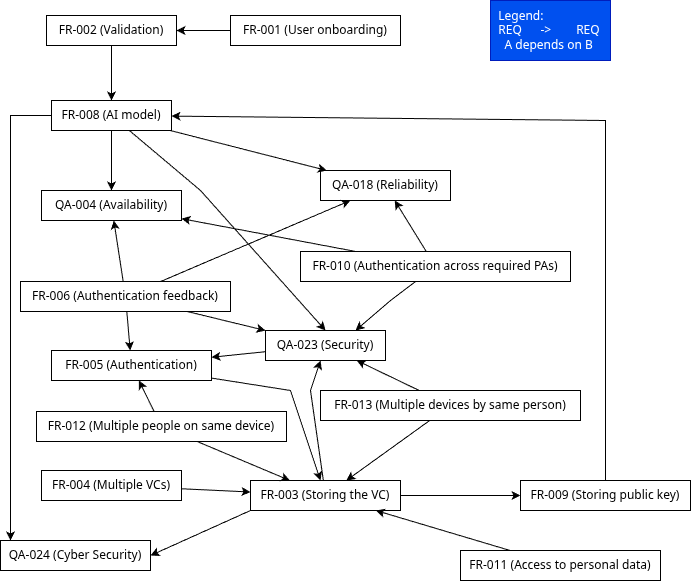
Dorfultariant/Architecture_Diagrams keeps this draw.io diagram as images/req_dependency_graph.drawio.png. Above is the earlier version. Source tidied: cells renumbered, new cells last; positions are measured from the earlier drawing's top-left corner, leaving out a move shared by most shapes. Its diagram source:
```xml
<mxGraphModel>
  <root>
    <mxCell id="0" />
    <mxCell id="1" parent="0" />
    <mxCell id="2" style="rounded=0;jettySize=auto;html=1;" parent="1" edge="1" source="3" target="5">
      <mxGeometry relative="1" as="geometry" />
    </mxCell>
    <mxCell id="3" value="FR-001 (User onboarding) " style="whiteSpace=wrap;html=1;" parent="1" vertex="1">
      <mxGeometry x="230" y="15" width="170" height="30" as="geometry" />
    </mxCell>
    <mxCell id="4" style="rounded=0;jettySize=auto;html=1;entryX=0.5;entryY=0;entryDx=0;entryDy=0;" parent="1" edge="1" source="5" target="26">
      <mxGeometry relative="1" as="geometry" />
    </mxCell>
    <mxCell id="5" value="FR-002 (Validation) " style="whiteSpace=wrap;html=1;" parent="1" vertex="1">
      <mxGeometry x="46" y="15" width="130" height="30" as="geometry" />
    </mxCell>
    <mxCell id="6" style="rounded=0;jettySize=auto;html=1;" parent="1" edge="1" source="7" target="26">
      <mxGeometry relative="1" as="geometry">
        <Array as="points">
          <mxPoint x="605" y="120" />
        </Array>
      </mxGeometry>
    </mxCell>
    <mxCell id="7" value=" FR-009 (Storing public key)" style="whiteSpace=wrap;html=1;" parent="1" vertex="1">
      <mxGeometry x="520" y="480" width="170" height="30" as="geometry" />
    </mxCell>
    <mxCell id="8" style="rounded=0;exitX=1;exitY=0.5;exitDx=0;exitDy=0;" parent="1" edge="1" source="13" target="7">
      <mxGeometry relative="1" as="geometry" />
    </mxCell>
    <mxCell id="9" value="QA-024 (Cyber Security)" style="whiteSpace=wrap;html=1;" parent="1" vertex="1">
      <mxGeometry y="540" width="150" height="30" as="geometry" />
    </mxCell>
    <mxCell id="10" value="FR-004 (Multiple VCs) " style="whiteSpace=wrap;html=1;" parent="1" vertex="1">
      <mxGeometry x="41" y="470" width="140" height="30" as="geometry" />
    </mxCell>
    <mxCell id="11" style="rounded=0;jettySize=auto;html=1;exitX=0;exitY=1;exitDx=0;exitDy=0;entryX=1;entryY=0.5;entryDx=0;entryDy=0;" parent="1" edge="1" source="13" target="9">
      <mxGeometry relative="1" as="geometry" />
    </mxCell>
    <mxCell id="12" style="rounded=0;jettySize=auto;html=1;" parent="1" edge="1" source="13" target="43">
      <mxGeometry relative="1" as="geometry">
        <Array as="points">
          <mxPoint x="310" y="390" />
        </Array>
      </mxGeometry>
    </mxCell>
    <mxCell id="13" value=" FR-003 (Storing the VC)" style="whiteSpace=wrap;html=1;" parent="1" vertex="1">
      <mxGeometry x="250" y="480" width="150" height="30" as="geometry" />
    </mxCell>
    <mxCell id="14" style="rounded=0;" parent="1" edge="1" source="10" target="13">
      <mxGeometry relative="1" as="geometry" />
    </mxCell>
    <mxCell id="15" style="rounded=0;jettySize=auto;html=1;entryX=0;entryY=0;entryDx=0;entryDy=0;" parent="1" edge="1" source="16" target="43">
      <mxGeometry relative="1" as="geometry" />
    </mxCell>
    <mxCell id="16" value="FR-006 (Authentication feedback) " style="whiteSpace=wrap;html=1;" parent="1" vertex="1">
      <mxGeometry x="20" y="281" width="210" height="30" as="geometry" />
    </mxCell>
    <mxCell id="17" style="rounded=0;jettySize=auto;html=1;" parent="1" edge="1" source="18" target="13">
      <mxGeometry relative="1" as="geometry">
        <Array as="points">
          <mxPoint x="290" y="390" />
        </Array>
      </mxGeometry>
    </mxCell>
    <mxCell id="18" value=" FR-005 (Authentication)" style="whiteSpace=wrap;html=1;" parent="1" vertex="1">
      <mxGeometry x="51" y="350" width="160" height="30" as="geometry" />
    </mxCell>
    <mxCell id="19" style="rounded=0;" parent="1" edge="1" source="16" target="18">
      <mxGeometry relative="1" as="geometry" />
    </mxCell>
    <mxCell id="20" value=" QA-004 (Availability)" style="whiteSpace=wrap;html=1;" parent="1" vertex="1">
      <mxGeometry x="41" y="190" width="140" height="30" as="geometry" />
    </mxCell>
    <mxCell id="21" style="rounded=0;" parent="1" edge="1" source="16" target="20">
      <mxGeometry relative="1" as="geometry" />
    </mxCell>
    <mxCell id="22" value=" QA-018 (Reliability)" style="whiteSpace=wrap;html=1;" parent="1" vertex="1">
      <mxGeometry x="320" y="170" width="130" height="30" as="geometry" />
    </mxCell>
    <mxCell id="23" style="rounded=0;" parent="1" edge="1" source="16" target="22">
      <mxGeometry relative="1" as="geometry" />
    </mxCell>
    <mxCell id="24" style="rounded=0;jettySize=auto;html=1;entryX=0.5;entryY=0;entryDx=0;entryDy=0;" parent="1" edge="1" source="26" target="43">
      <mxGeometry relative="1" as="geometry">
        <Array as="points">
          <mxPoint x="200" y="190" />
        </Array>
      </mxGeometry>
    </mxCell>
    <mxCell id="25" style="edgeStyle=orthogonalEdgeStyle;rounded=0;jettySize=auto;html=1;" parent="1" edge="1" source="26">
      <mxGeometry relative="1" as="geometry">
        <mxPoint x="10" y="540" as="targetPoint" />
        <Array as="points">
          <mxPoint x="10" y="115" />
          <mxPoint x="10" y="540" />
        </Array>
      </mxGeometry>
    </mxCell>
    <mxCell id="26" value="FR-008 (AI model) " style="whiteSpace=wrap;html=1;" parent="1" vertex="1">
      <mxGeometry x="51" y="100" width="120" height="30" as="geometry" />
    </mxCell>
    <mxCell id="27" style="rounded=0;" parent="1" edge="1" source="26" target="20">
      <mxGeometry relative="1" as="geometry" />
    </mxCell>
    <mxCell id="28" style="rounded=0;" parent="1" edge="1" source="26" target="22">
      <mxGeometry relative="1" as="geometry" />
    </mxCell>
    <mxCell id="29" style="rounded=0;jettySize=auto;html=1;entryX=0.75;entryY=0;entryDx=0;entryDy=0;" parent="1" edge="1" source="30" target="43">
      <mxGeometry relative="1" as="geometry">
        <Array as="points">
          <mxPoint x="390" y="300" />
        </Array>
      </mxGeometry>
    </mxCell>
    <mxCell id="30" value="FR-010 (Authentication across required PAs) " style="whiteSpace=wrap;html=1;" parent="1" vertex="1">
      <mxGeometry x="300" y="251" width="270" height="30" as="geometry" />
    </mxCell>
    <mxCell id="31" style="rounded=0;" parent="1" edge="1" source="30" target="20">
      <mxGeometry relative="1" as="geometry" />
    </mxCell>
    <mxCell id="32" style="rounded=0;" parent="1" edge="1" source="30" target="22">
      <mxGeometry relative="1" as="geometry" />
    </mxCell>
    <mxCell id="33" value="FR-011 (Access to personal data) " style="whiteSpace=wrap;html=1;" parent="1" vertex="1">
      <mxGeometry x="460" y="550" width="200" height="30" as="geometry" />
    </mxCell>
    <mxCell id="34" style="rounded=0;" parent="1" edge="1" source="33" target="13">
      <mxGeometry relative="1" as="geometry" />
    </mxCell>
    <mxCell id="35" value="FR-012 (Multiple people on same device) " style="whiteSpace=wrap;html=1;" parent="1" vertex="1">
      <mxGeometry x="36" y="411" width="250" height="30" as="geometry" />
    </mxCell>
    <mxCell id="36" style="rounded=0;" parent="1" edge="1" source="35" target="13">
      <mxGeometry relative="1" as="geometry" />
    </mxCell>
    <mxCell id="37" style="rounded=0;" parent="1" edge="1" source="35" target="18">
      <mxGeometry relative="1" as="geometry" />
    </mxCell>
    <mxCell id="38" value="FR-013 (Multiple devices by same person) " style="whiteSpace=wrap;html=1;" parent="1" vertex="1">
      <mxGeometry x="320" y="390" width="260" height="30" as="geometry" />
    </mxCell>
    <mxCell id="39" style="rounded=0;" parent="1" edge="1" source="38" target="13">
      <mxGeometry relative="1" as="geometry" />
    </mxCell>
    <mxCell id="40" style="rounded=0;" parent="1" edge="1" source="43" target="18">
      <mxGeometry relative="1" as="geometry" />
    </mxCell>
    <mxCell id="41" value="&amp;nbsp; Legend:&amp;nbsp;&lt;br&gt;&amp;nbsp; REQ&amp;nbsp; &amp;nbsp; &amp;nbsp; -&amp;gt;&amp;nbsp; &amp;nbsp; &amp;nbsp; &amp;nbsp; REQ&lt;br&gt;&amp;nbsp; &amp;nbsp; A depends on B" style="rounded=0;whiteSpace=wrap;html=1;align=left;fillColor=#0050ef;fontColor=#ffffff;strokeColor=#001DBC;" parent="1" vertex="1">
      <mxGeometry x="490" width="120" height="60" as="geometry" />
    </mxCell>
    <mxCell id="42" style="rounded=0;" parent="1" edge="1" source="38" target="43">
      <mxGeometry relative="1" as="geometry" />
    </mxCell>
    <mxCell id="43" value="QA-023 (Security)" style="whiteSpace=wrap;html=1;" parent="1" vertex="1">
      <mxGeometry x="265" y="330" width="120" height="30" as="geometry" />
    </mxCell>
  </root>
</mxGraphModel>
```
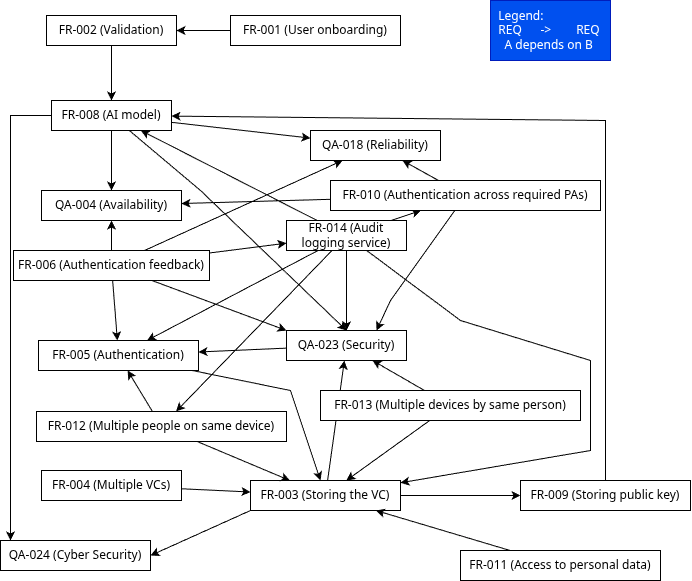
Later version of the same file.

Change to the diagram source:
```diff
@@ -37,12 +37,17 @@
       <mxGeometry relative="1" as="geometry" />
     </mxCell>
     <mxCell id="12" style="rounded=0;jettySize=auto;html=1;" parent="1" edge="1" source="13" target="43">
-      <mxGeometry relative="1" as="geometry">
-        <Array as="points">
-          <mxPoint x="310" y="390" />
-        </Array>
-      </mxGeometry>
+      <mxGeometry relative="1" as="geometry" />
     </mxCell>
+    <mxCell id="44" style="rounded=0;jettySize=auto;html=1;startArrow=classic;startFill=1;endArrow=none;endFill=0;" parent="1" edge="1" source="13" target="51">
+      <mxGeometry relative="1" as="geometry">
+        <Array as="points">
+          <mxPoint x="590" y="450" />
+          <mxPoint x="590" y="360" />
+          <mxPoint x="460" y="320" />
+        </Array>
+      </mxGeometry>
+    </mxCell>
     <mxCell id="13" value=" FR-003 (Storing the VC)" style="whiteSpace=wrap;html=1;" parent="1" vertex="1">
       <mxGeometry x="250" y="480" width="150" height="30" as="geometry" />
     </mxCell>
@@ -52,8 +57,11 @@
     <mxCell id="15" style="rounded=0;jettySize=auto;html=1;entryX=0;entryY=0;entryDx=0;entryDy=0;" parent="1" edge="1" source="16" target="43">
       <mxGeometry relative="1" as="geometry" />
     </mxCell>
+    <mxCell id="45" style="rounded=0;jettySize=auto;html=1;" parent="1" edge="1" source="16" target="51">
+      <mxGeometry relative="1" as="geometry" />
+    </mxCell>
     <mxCell id="16" value="FR-006 (Authentication feedback) " style="whiteSpace=wrap;html=1;" parent="1" vertex="1">
-      <mxGeometry x="20" y="281" width="210" height="30" as="geometry" />
+      <mxGeometry x="13" y="250" width="196" height="30" as="geometry" />
     </mxCell>
     <mxCell id="17" style="rounded=0;jettySize=auto;html=1;" parent="1" edge="1" source="18" target="13">
       <mxGeometry relative="1" as="geometry">
@@ -62,8 +70,11 @@
         </Array>
       </mxGeometry>
     </mxCell>
+    <mxCell id="46" style="rounded=0;jettySize=auto;html=1;startArrow=classic;startFill=1;endArrow=none;endFill=0;" parent="1" edge="1" source="18" target="51">
+      <mxGeometry relative="1" as="geometry" />
+    </mxCell>
     <mxCell id="18" value=" FR-005 (Authentication)" style="whiteSpace=wrap;html=1;" parent="1" vertex="1">
-      <mxGeometry x="51" y="350" width="160" height="30" as="geometry" />
+      <mxGeometry x="38" y="340" width="160" height="30" as="geometry" />
     </mxCell>
     <mxCell id="19" style="rounded=0;" parent="1" edge="1" source="16" target="18">
       <mxGeometry relative="1" as="geometry" />
@@ -75,7 +86,7 @@
       <mxGeometry relative="1" as="geometry" />
     </mxCell>
     <mxCell id="22" value=" QA-018 (Reliability)" style="whiteSpace=wrap;html=1;" parent="1" vertex="1">
-      <mxGeometry x="320" y="170" width="130" height="30" as="geometry" />
+      <mxGeometry x="310" y="130" width="130" height="30" as="geometry" />
     </mxCell>
     <mxCell id="23" style="rounded=0;" parent="1" edge="1" source="16" target="22">
       <mxGeometry relative="1" as="geometry" />
@@ -96,6 +107,9 @@
         </Array>
       </mxGeometry>
     </mxCell>
+    <mxCell id="47" style="rounded=0;jettySize=auto;html=1;endArrow=none;endFill=0;startArrow=classic;startFill=1;" parent="1" edge="1" source="26" target="51">
+      <mxGeometry relative="1" as="geometry" />
+    </mxCell>
     <mxCell id="26" value="FR-008 (AI model) " style="whiteSpace=wrap;html=1;" parent="1" vertex="1">
       <mxGeometry x="51" y="100" width="120" height="30" as="geometry" />
     </mxCell>
@@ -112,8 +126,11 @@
         </Array>
       </mxGeometry>
     </mxCell>
+    <mxCell id="48" style="rounded=0;jettySize=auto;html=1;endArrow=none;endFill=0;startArrow=classic;startFill=1;" parent="1" edge="1" source="30" target="51">
+      <mxGeometry relative="1" as="geometry" />
+    </mxCell>
     <mxCell id="30" value="FR-010 (Authentication across required PAs) " style="whiteSpace=wrap;html=1;" parent="1" vertex="1">
-      <mxGeometry x="300" y="251" width="270" height="30" as="geometry" />
+      <mxGeometry x="330" y="180" width="270" height="30" as="geometry" />
     </mxCell>
     <mxCell id="31" style="rounded=0;" parent="1" edge="1" source="30" target="20">
       <mxGeometry relative="1" as="geometry" />
@@ -127,6 +144,9 @@
     <mxCell id="34" style="rounded=0;" parent="1" edge="1" source="33" target="13">
       <mxGeometry relative="1" as="geometry" />
     </mxCell>
+    <mxCell id="49" style="rounded=0;jettySize=auto;html=1;endArrow=none;endFill=0;startArrow=classic;startFill=1;" parent="1" edge="1" source="35" target="51">
+      <mxGeometry relative="1" as="geometry" />
+    </mxCell>
     <mxCell id="35" value="FR-012 (Multiple people on same device) " style="whiteSpace=wrap;html=1;" parent="1" vertex="1">
       <mxGeometry x="36" y="411" width="250" height="30" as="geometry" />
     </mxCell>
@@ -151,8 +171,14 @@
     <mxCell id="42" style="rounded=0;" parent="1" edge="1" source="38" target="43">
       <mxGeometry relative="1" as="geometry" />
     </mxCell>
+    <mxCell id="50" style="rounded=0;jettySize=auto;html=1;endArrow=none;endFill=0;startArrow=classic;startFill=1;" parent="1" edge="1" source="43" target="51">
+      <mxGeometry relative="1" as="geometry" />
+    </mxCell>
     <mxCell id="43" value="QA-023 (Security)" style="whiteSpace=wrap;html=1;" parent="1" vertex="1">
-      <mxGeometry x="265" y="330" width="120" height="30" as="geometry" />
+      <mxGeometry x="286" y="330" width="120" height="30" as="geometry" />
     </mxCell>
+    <mxCell id="51" value="FR-014 (Audit logging service)" style="whiteSpace=wrap;html=1;" parent="1" vertex="1">
+      <mxGeometry x="286" y="220" width="120" height="30" as="geometry" />
+    </mxCell>
   </root>
 </mxGraphModel>
```
